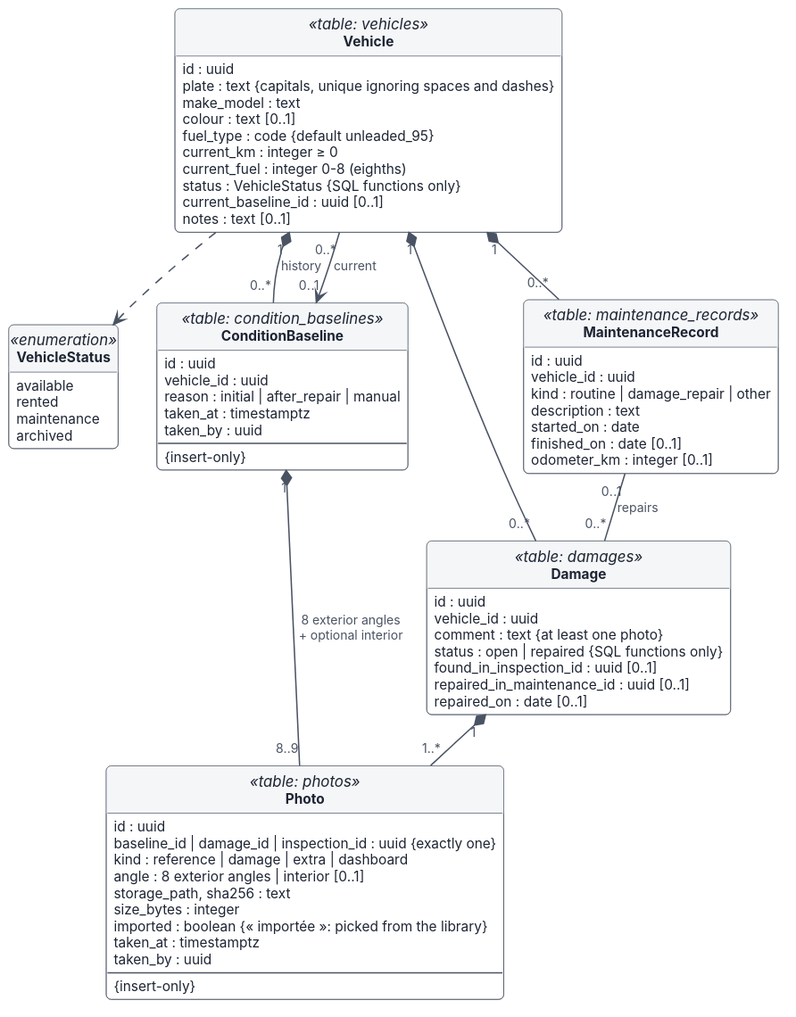
Earlier version of the PlantUML export docs/architecture/svg/06-data-fleet.svg (ColJurten/mccarriviera-staff-app).
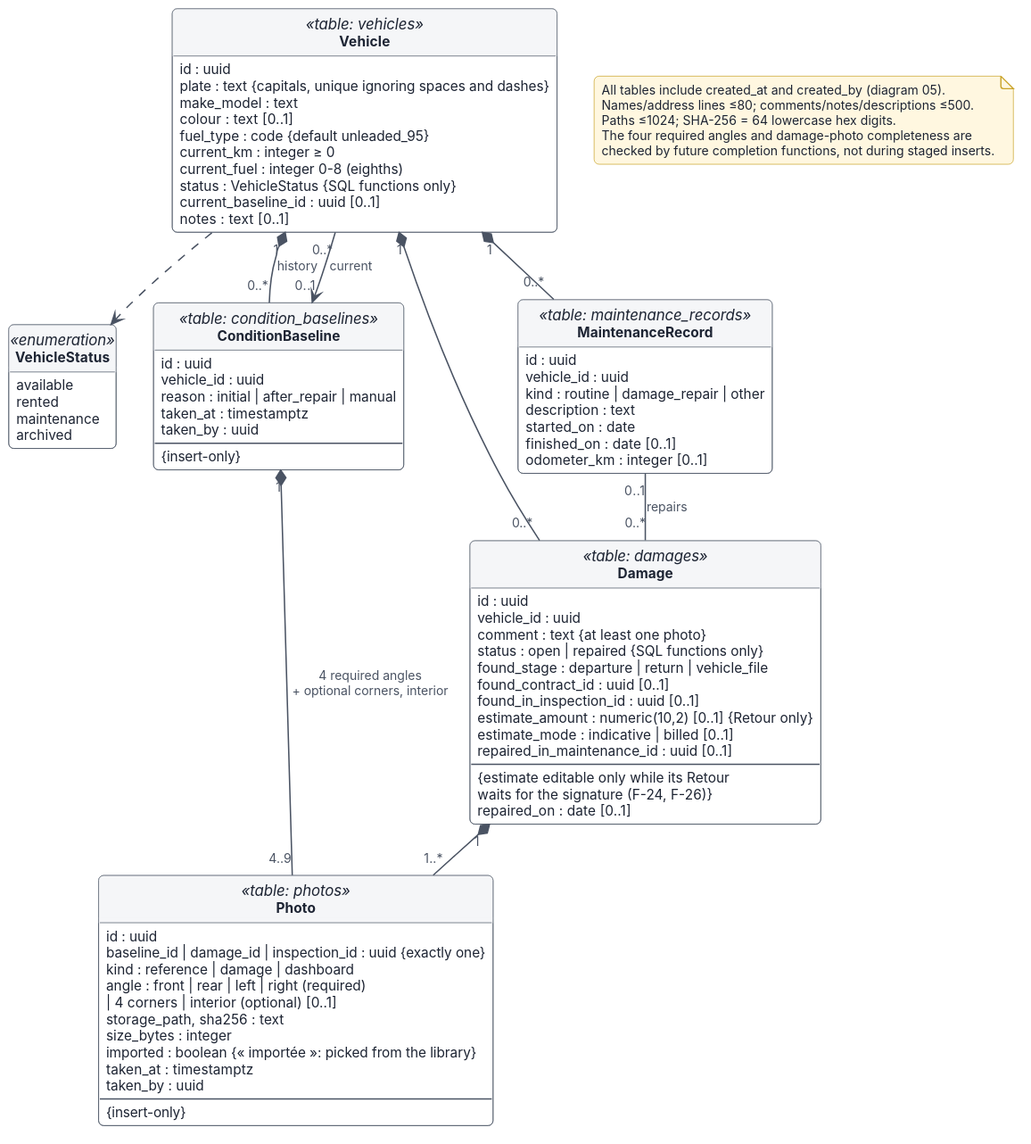
The same diagram one commit later.

Change to the diagram source:
```diff
@@ -38,8 +38,9 @@
 class Photo <<table: photos>> {
   id : uuid
   baseline_id | damage_id | inspection_id : uuid {exactly one}
-  kind : reference | damage | extra | dashboard
-  angle : 8 exterior angles | interior [0..1]
+  kind : reference | damage | dashboard
+  angle : front | rear | left | right (required)
+    | 4 corners | interior (optional) [0..1]
   storage_path, sha256 : text
   size_bytes : integer
   imported : boolean {« importée »: picked from the library}
@@ -54,8 +55,15 @@
   vehicle_id : uuid
   comment : text {at least one photo}
   status : open | repaired {SQL functions only}
+  found_stage : departure | return | vehicle_file
+  found_contract_id : uuid [0..1]
   found_in_inspection_id : uuid [0..1]
+  {field} estimate_amount : numeric(10,2) [0..1] {Retour only}
+  estimate_mode : indicative | billed [0..1]
   repaired_in_maintenance_id : uuid [0..1]
+  --
+  {estimate editable only while its Retour
+  waits for the signature (F-24, F-26)}
   repaired_on : date [0..1]
 }
 
@@ -71,10 +79,17 @@
 
 Vehicle "1" *-- "0..*" ConditionBaseline : history
 Vehicle "0..*" --> "0..1" ConditionBaseline : current
-ConditionBaseline "1" *-- "8..9" Photo : 8 exterior angles\n+ optional interior
+ConditionBaseline "1" *-- "4..9" Photo : 4 required angles\n+ optional corners, interior
 Vehicle "1" *-- "0..*" Damage
 Damage "1" *-- "1..*" Photo
 Vehicle "1" *-- "0..*" MaintenanceRecord
 MaintenanceRecord "0..1" -- "0..*" Damage : repairs
 Vehicle ..> VehicleStatus
+note as Constraints
+All tables include created_at and created_by (diagram 05).
+Names/address lines ≤80; comments/notes/descriptions ≤500.
+Paths ≤1024; SHA-256 = 64 lowercase hex digits.
+The four required angles and damage-photo completeness are
+checked by future completion functions, not during staged inserts.
+end note
 @enduml
```
